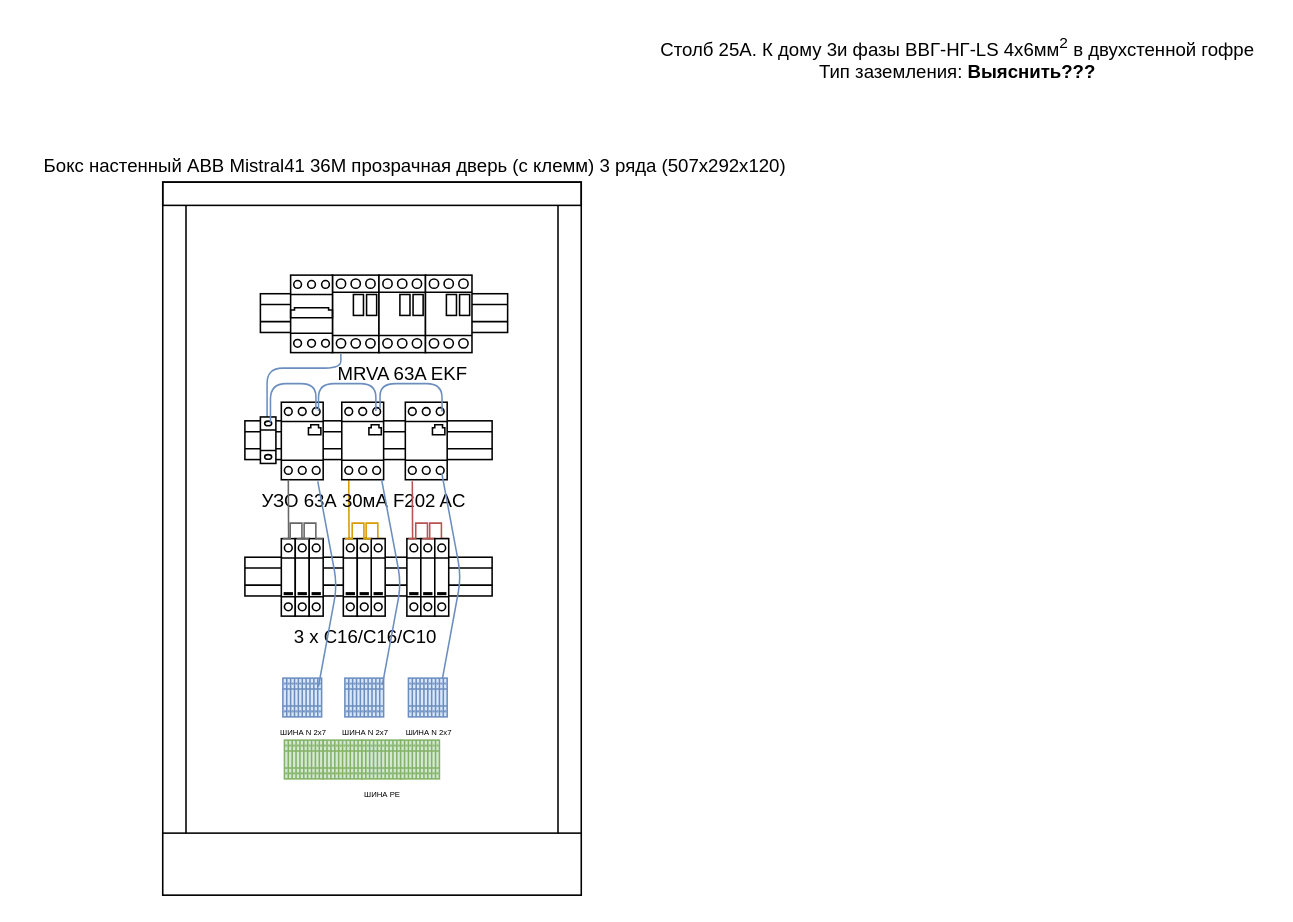
Before: minidom_il.drawio in zcho/zcho.github.io, a draw.io diagram. Source tidied: cells renumbered, new cells numbered last; positions are measured from the earlier drawing's top-left corner, leaving out a move shared by most shapes. Both pictures are drawn from the tidied source at 155%, with x=0, y=0 at pixel (26, 26).
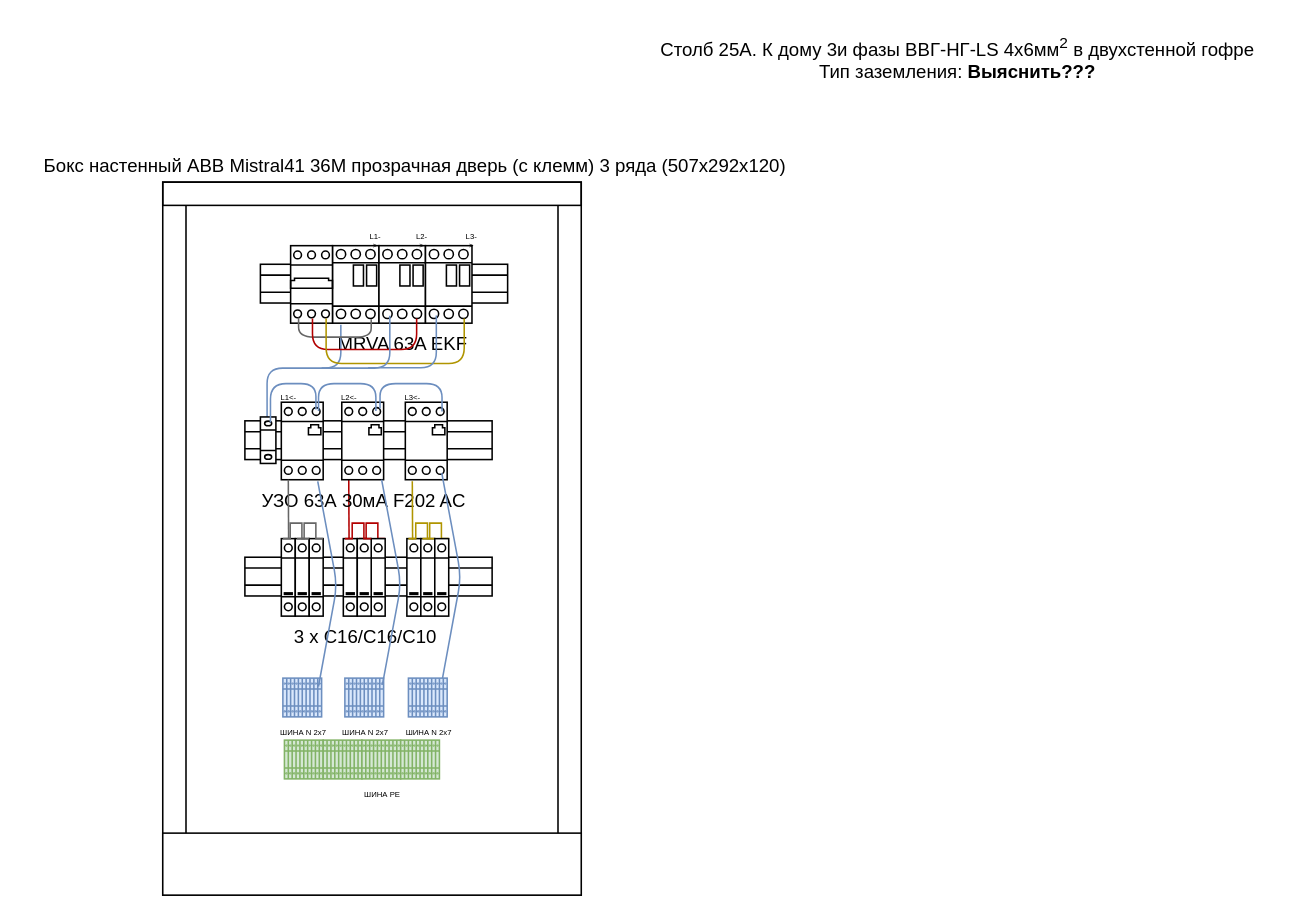
The same diagram, later.

What changed in the source:
```diff
@@
-    <mxCell id="3" style="verticalLabelPosition=bottom;shadow=0;dashed=0;align=center;html=1;verticalAlign=top;shape=mxgraph.electrical.waveforms.pulse_1;fontSize=3;strokeColor=#d79b00;fillColor=#ffe6cc;" parent="1" vertex="1">
+    <mxCell id="3" style="verticalLabelPosition=bottom;shadow=0;dashed=0;align=center;html=1;verticalAlign=top;shape=mxgraph.electrical.waveforms.pulse_1;fontSize=3;strokeColor=#B20000;fillColor=#e51400;fontColor=#ffffff;" parent="1" vertex="1">
       <mxGeometry x="214" y="320" width="17" height="10" as="geometry" />
     </mxCell>
-    <mxCell id="4" style="endArrow=none;html=1;fontSize=3;labelBorderColor=none;fillColor=#ffe6cc;strokeColor=#d79b00;exitX=0.519;exitY=-0.007;exitDx=0;exitDy=0;exitPerimeter=0;" parent="1" edge="1">
+    <mxCell id="4" style="endArrow=none;html=1;fontSize=3;labelBorderColor=none;fillColor=#e51400;strokeColor=#B20000;exitX=0.519;exitY=-0.007;exitDx=0;exitDy=0;exitPerimeter=0;" parent="1" edge="1">
       <mxGeometry relative="1" as="geometry">
         <mxPoint x="207.7" y="329.7" as="sourcePoint" />
         <mxPoint x="207.5" y="292" as="targetPoint" />
       </mxGeometry>
     </mxCell>
@@
     <mxCell id="6" style="verticalLabelPosition=bottom;dashed=0;shadow=0;html=1;align=center;verticalAlign=top;shape=mxgraph.cabinets.din_rail;fontSize=3;" parent="1" vertex="1">
-      <mxGeometry x="150.5" y="172" width="159.5" height="25" as="geometry" />
+      <mxGeometry x="150.5" y="153" width="159.5" height="25" as="geometry" />
     </mxCell>
@@
     <mxCell id="8" style="verticalLabelPosition=bottom;dashed=0;shadow=0;html=1;align=center;verticalAlign=top;shape=mxgraph.cabinets.motor_starter_32_125a;" parent="1" vertex="1">
-      <mxGeometry x="197" y="160" width="30" height="50" as="geometry" />
+      <mxGeometry x="197" y="141" width="30" height="50" as="geometry" />
     </mxCell>
     <mxCell id="9" value="MRVA 63A EKF" style="verticalLabelPosition=bottom;dashed=0;shadow=0;html=1;align=center;verticalAlign=top;shape=mxgraph.cabinets.motor_starter_32_125a;" parent="1" vertex="1">
-      <mxGeometry x="227" y="160" width="30" height="50" as="geometry" />
+      <mxGeometry x="227" y="141" width="30" height="50" as="geometry" />
     </mxCell>
     <mxCell id="10" style="verticalLabelPosition=bottom;dashed=0;shadow=0;html=1;align=center;verticalAlign=top;shape=mxgraph.cabinets.motor_starter_32_125a;" parent="1" vertex="1">
-      <mxGeometry x="257" y="160" width="30" height="50" as="geometry" />
+      <mxGeometry x="257" y="141" width="30" height="50" as="geometry" />
     </mxCell>
@@
     <mxCell id="19" style="verticalLabelPosition=bottom;dashed=0;shadow=0;html=1;align=center;verticalAlign=top;shape=mxgraph.cabinets.cb_3p;" parent="1" vertex="1">
-      <mxGeometry x="170" y="160" width="27" height="50" as="geometry" />
+      <mxGeometry x="170" y="141" width="27" height="50" as="geometry" />
     </mxCell>
@@
-    <mxCell id="25" style="verticalLabelPosition=bottom;shadow=0;dashed=0;align=center;html=1;verticalAlign=top;shape=mxgraph.electrical.waveforms.pulse_1;fontSize=3;strokeColor=#b85450;fillColor=#f8cecc;" parent="1" vertex="1">
+    <mxCell id="25" style="verticalLabelPosition=bottom;shadow=0;dashed=0;align=center;html=1;verticalAlign=top;shape=mxgraph.electrical.waveforms.pulse_1;fontSize=3;strokeColor=#B09500;fillColor=#e3c800;fontColor=#000000;" parent="1" vertex="1">
       <mxGeometry x="246" y="320" width="17" height="10" as="geometry" />
     </mxCell>
-    <mxCell id="26" style="verticalLabelPosition=bottom;shadow=0;dashed=0;align=center;html=1;verticalAlign=top;shape=mxgraph.electrical.waveforms.pulse_1;fontSize=3;strokeColor=#b85450;fillColor=#f8cecc;" parent="1" vertex="1">
+    <mxCell id="26" style="verticalLabelPosition=bottom;shadow=0;dashed=0;align=center;html=1;verticalAlign=top;shape=mxgraph.electrical.waveforms.pulse_1;fontSize=3;strokeColor=#B09500;fillColor=#e3c800;fontColor=#000000;" parent="1" vertex="1">
       <mxGeometry x="255" y="320" width="17" height="10" as="geometry" />
     </mxCell>
@@
-    <mxCell id="29" style="endArrow=none;html=1;fontSize=3;labelBorderColor=none;fillColor=#f8cecc;strokeColor=#b85450;exitX=0.519;exitY=-0.007;exitDx=0;exitDy=0;exitPerimeter=0;" parent="1" edge="1">
+    <mxCell id="29" style="endArrow=none;html=1;fontSize=3;labelBorderColor=none;fillColor=#e3c800;strokeColor=#B09500;exitX=0.519;exitY=-0.007;exitDx=0;exitDy=0;exitPerimeter=0;" parent="1" edge="1">
       <mxGeometry relative="1" as="geometry">
         <mxPoint x="248.7" y="330.7" as="sourcePoint" />
         <mxPoint x="248.5" y="293" as="targetPoint" />
       </mxGeometry>
     </mxCell>
@@
-    <mxCell id="32" style="verticalLabelPosition=bottom;shadow=0;dashed=0;align=center;html=1;verticalAlign=top;shape=mxgraph.electrical.waveforms.pulse_1;fontSize=3;fillColor=#ffe6cc;strokeColor=#d79b00;" parent="1" vertex="1">
+    <mxCell id="32" style="verticalLabelPosition=bottom;shadow=0;dashed=0;align=center;html=1;verticalAlign=top;shape=mxgraph.electrical.waveforms.pulse_1;fontSize=3;fillColor=#e51400;strokeColor=#B20000;fontColor=#ffffff;" parent="1" vertex="1">
       <mxGeometry x="205" y="320" width="17" height="10" as="geometry" />
     </mxCell>
@@
+    <mxCell id="48" style="endArrow=none;html=1;fontSize=5;exitX=0.19;exitY=0.926;exitDx=0;exitDy=0;exitPerimeter=0;entryX=0.833;entryY=0.949;entryDx=0;entryDy=0;entryPerimeter=0;edgeStyle=elbowEdgeStyle;elbow=vertical;fillColor=#f5f5f5;strokeColor=#666666;" parent="1" edge="1" source="19" target="8">
+      <mxGeometry relative="1" as="geometry">
+        <Array as="points">
+          <mxPoint x="200" y="200" />
+        </Array>
+      </mxGeometry>
+    </mxCell>
+    <mxCell id="49" style="endArrow=none;html=1;fontSize=5;exitX=0.19;exitY=0.926;exitDx=0;exitDy=0;exitPerimeter=0;entryX=0.811;entryY=0.98;entryDx=0;entryDy=0;entryPerimeter=0;edgeStyle=elbowEdgeStyle;elbow=vertical;fillColor=#e51400;strokeColor=#B20000;" parent="1" edge="1">
+      <mxGeometry relative="1" as="geometry">
+        <mxPoint x="184.1" y="188" as="sourcePoint" />
+        <mxPoint x="251.3" y="188" as="targetPoint" />
+        <Array as="points">
+          <mxPoint x="220" y="208" />
+        </Array>
+      </mxGeometry>
+    </mxCell>
+    <mxCell id="50" style="endArrow=none;html=1;fontSize=5;exitX=0.19;exitY=0.926;exitDx=0;exitDy=0;exitPerimeter=0;entryX=0.833;entryY=1;entryDx=0;entryDy=0;entryPerimeter=0;edgeStyle=elbowEdgeStyle;elbow=vertical;fillColor=#e3c800;strokeColor=#B09500;" parent="1" edge="1">
+      <mxGeometry relative="1" as="geometry">
+        <mxPoint x="192.9" y="188" as="sourcePoint" />
+        <mxPoint x="282" y="188" as="targetPoint" />
+        <Array as="points">
+          <mxPoint x="230" y="217" />
+        </Array>
+      </mxGeometry>
+    </mxCell>
+    <mxCell id="51" value="L1-&amp;gt;" style="text;html=1;strokeColor=none;fillColor=none;align=center;verticalAlign=middle;whiteSpace=wrap;rounded=0;fontSize=5;" parent="1" vertex="1">
+      <mxGeometry x="219.5" y="127" width="10" height="20" as="geometry" />
+    </mxCell>
+    <mxCell id="52" value="L2-&amp;gt;" style="text;html=1;strokeColor=none;fillColor=none;align=center;verticalAlign=middle;whiteSpace=wrap;rounded=0;fontSize=5;" parent="1" vertex="1">
+      <mxGeometry x="250" y="127" width="10" height="20" as="geometry" />
+    </mxCell>
+    <mxCell id="53" value="L3-&amp;gt;" style="text;html=1;strokeColor=none;fillColor=none;align=center;verticalAlign=middle;whiteSpace=wrap;rounded=0;fontSize=5;" parent="1" vertex="1">
+      <mxGeometry x="282" y="127" width="10" height="20" as="geometry" />
+    </mxCell>
+    <mxCell id="54" value="L1&amp;lt;-" style="text;html=1;strokeColor=none;fillColor=none;align=center;verticalAlign=middle;whiteSpace=wrap;rounded=0;fontSize=5;" parent="1" vertex="1">
+      <mxGeometry x="164" y="228" width="10" height="20" as="geometry" />
+    </mxCell>
+    <mxCell id="55" value="L2&amp;lt;-" style="text;html=1;strokeColor=none;fillColor=none;align=center;verticalAlign=middle;whiteSpace=wrap;rounded=0;fontSize=5;" parent="1" vertex="1">
+      <mxGeometry x="203" y="228" width="10" height="20" as="geometry" />
+    </mxCell>
+    <mxCell id="56" value="L3&amp;lt;-" style="text;html=1;strokeColor=none;fillColor=none;align=center;verticalAlign=middle;whiteSpace=wrap;rounded=0;fontSize=5;" parent="1" vertex="1">
+      <mxGeometry x="244" y="228" width="10" height="20" as="geometry" />
+    </mxCell>
+    <mxCell id="57" style="endArrow=none;html=1;entryX=0.233;entryY=0.904;entryDx=0;entryDy=0;entryPerimeter=0;fillColor=#dae8fc;strokeColor=#6c8ebf;" parent="1" edge="1" target="9">
+      <mxGeometry relative="1" as="geometry">
+        <mxPoint x="190" y="220" as="sourcePoint" />
+        <Array as="points">
+          <mxPoint x="234" y="220" />
+        </Array>
+      </mxGeometry>
+    </mxCell>
+    <mxCell id="58" style="endArrow=none;html=1;entryX=0.233;entryY=0.904;entryDx=0;entryDy=0;entryPerimeter=0;fillColor=#dae8fc;strokeColor=#6c8ebf;" parent="1" edge="1">
+      <mxGeometry relative="1" as="geometry">
+        <mxPoint x="220" y="219.8" as="sourcePoint" />
+        <mxPoint x="264" y="186" as="targetPoint" />
+        <Array as="points">
+          <mxPoint x="264" y="219.8" />
+        </Array>
+      </mxGeometry>
+    </mxCell>
```
